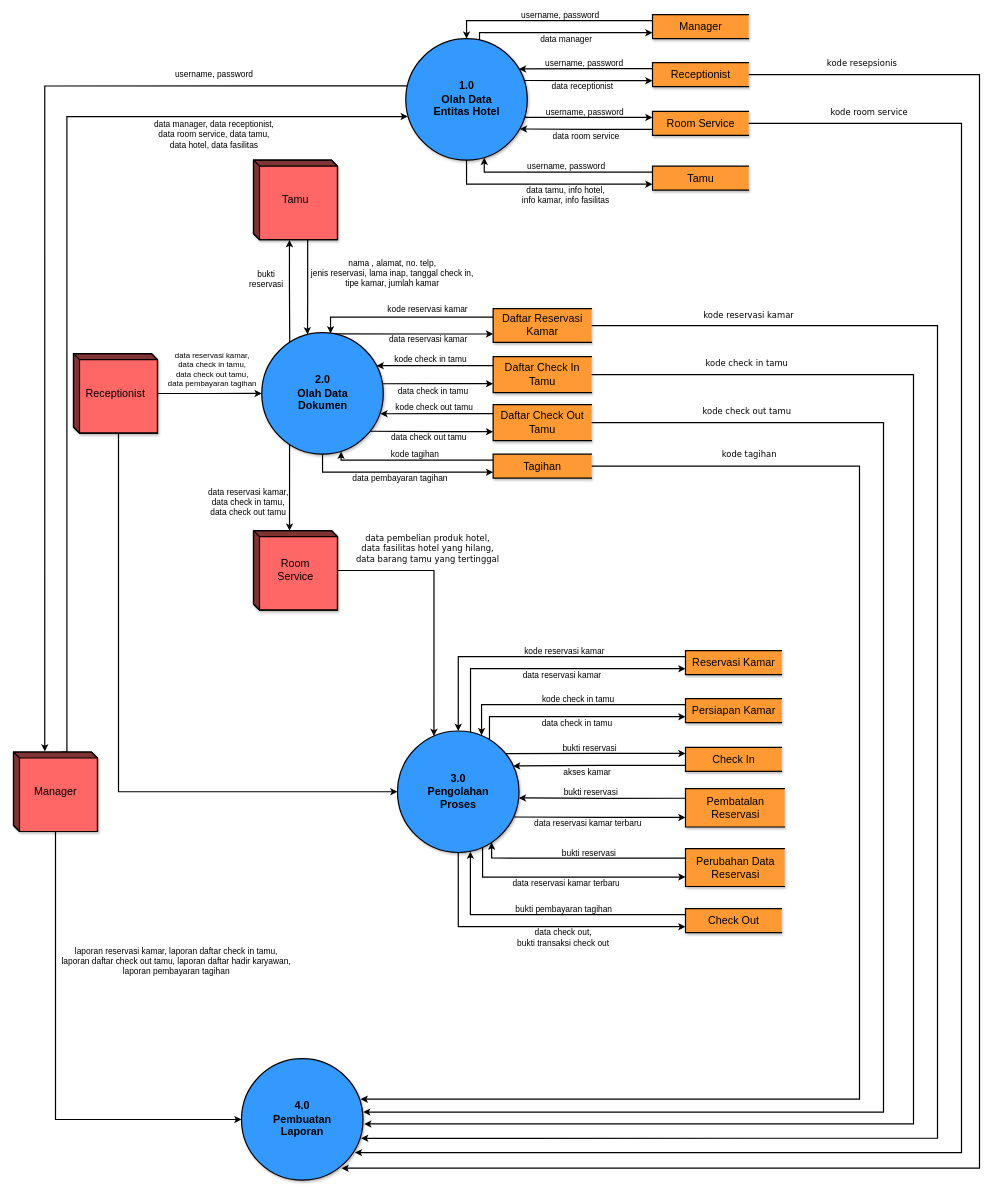
This is page "DFD LVL 1" (3 of 3) of Sistem Pemesanan Kamar Hotel - Data Flow Diagram.drawio from trueazp/System-Design-Analysis, a draw.io file, before an edit. Source tidied: cells renumbered, new cells numbered last; positions are measured from the earlier drawing's top-left corner, leaving out a move shared by most shapes. Both pictures are drawn from the tidied source at 60%, with x=0, y=0 at pixel (13, 14).
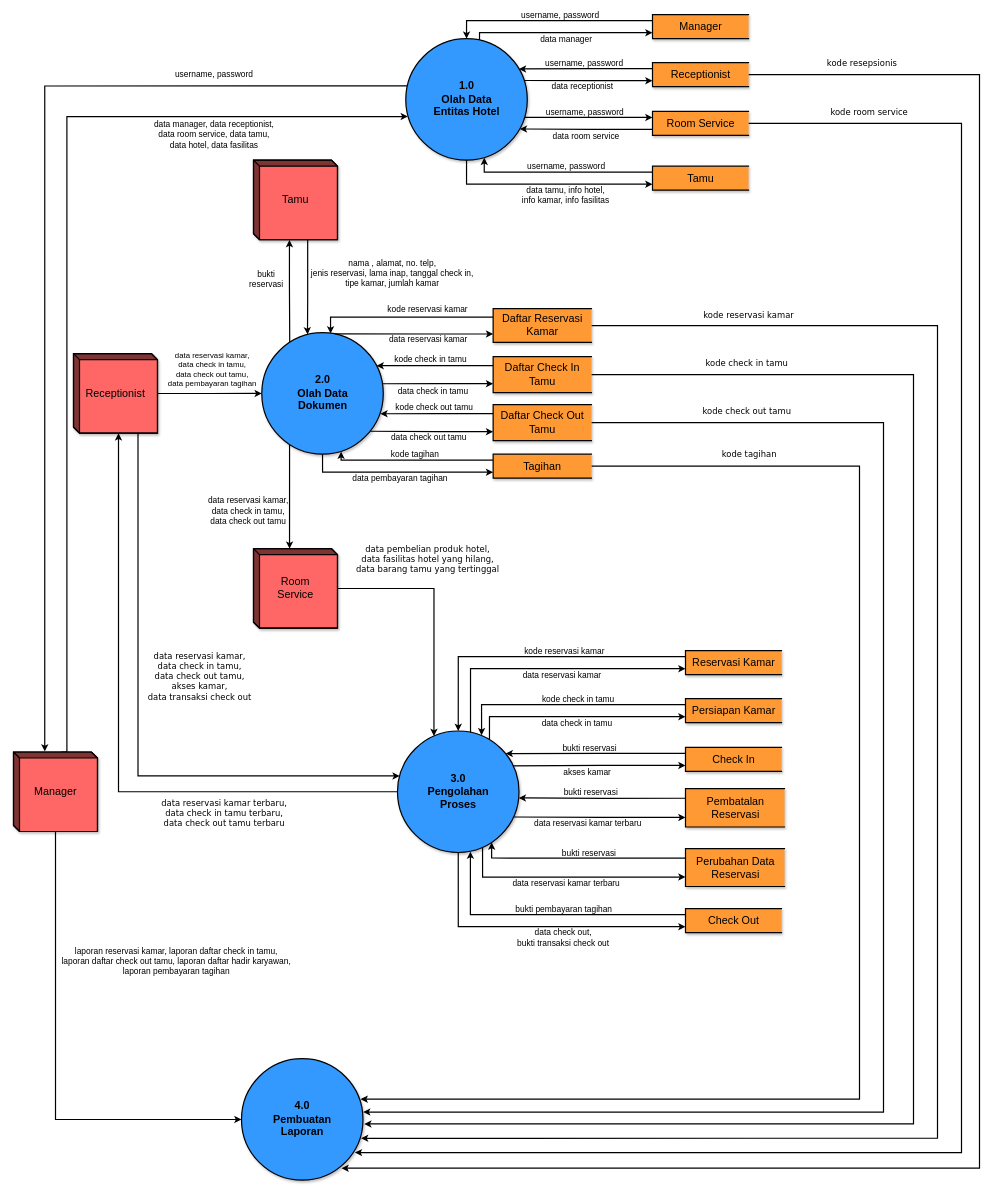
After the change.

The change refers to these unchanged cells:
```xml
<mxCell id="71" value="Receptionist" style="html=1;dashed=0;whitespace=wrap;shape=mxgraph.dfd.externalEntity;shadow=1;labelBackgroundColor=none;fontFamily=Helvetica;fontSize=18;strokeWidth=2;fillColor=#FF6666;align=center;whiteSpace=wrap;" parent="1" vertex="1">
  <mxGeometry x="100" y="565" width="140" height="132.5" as="geometry" />
</mxCell>
<mxCell id="74" style="edgeStyle=orthogonalEdgeStyle;rounded=0;jettySize=auto;html=1;entryX=0.3;entryY=0.042;entryDx=0;entryDy=0;entryPerimeter=0;fontFamily=Verdana;fontSize=11;startArrow=none;startFill=0;endArrow=classic;endFill=1;strokeWidth=2;" parent="1" edge="1" source="76" target="78">
  <mxGeometry relative="1" as="geometry" />
</mxCell>
<mxCell id="78" value="3.0&lt;br style=&quot;font-size: 18px&quot;&gt;Pengolahan &lt;br&gt;Proses" style="shape=ellipse;html=1;dashed=0;whitespace=wrap;perimeter=ellipsePerimeter;shadow=1;labelBackgroundColor=none;fontFamily=Helvetica;fontSize=18;strokeWidth=2;fillColor=#3399FF;align=center;fontStyle=1;" parent="1" vertex="1">
  <mxGeometry x="640" y="1193.8" width="202.5" height="202.5" as="geometry" />
</mxCell>
<mxCell id="93" value="Check In" style="html=1;dashed=0;whitespace=wrap;shape=partialRectangle;right=0;shadow=1;labelBackgroundColor=none;fontFamily=Helvetica;fontSize=18;strokeWidth=2;fillColor=#FF9933;align=center;" parent="1" vertex="1">
  <mxGeometry x="1120" y="1221.2" width="160" height="40" as="geometry" />
</mxCell>
```

Diff of the diagram source:
```diff
@@
-    <mxCell id="70" style="edgeStyle=orthogonalEdgeStyle;rounded=0;jettySize=auto;html=1;entryX=0;entryY=0.5;entryDx=0;entryDy=0;fontFamily=Verdana;fontSize=13;startArrow=none;startFill=0;endArrow=classic;endFill=1;strokeWidth=2;exitX=0;exitY=0;exitDx=75;exitDy=132.5;exitPerimeter=0;" parent="1" edge="1" source="71" target="78">
+    <mxCell id="70" style="edgeStyle=orthogonalEdgeStyle;rounded=0;jettySize=auto;html=1;entryX=0;entryY=0.5;entryDx=0;entryDy=0;fontFamily=Verdana;fontSize=13;startArrow=classic;startFill=1;endArrow=none;endFill=0;strokeWidth=2;exitX=0;exitY=0;exitDx=75;exitDy=132.5;exitPerimeter=0;" parent="1" edge="1" source="71" target="78">
       <mxGeometry relative="1" as="geometry" />
     </mxCell>
+    <mxCell id="109" value="data reservasi kamar terbaru, &lt;br style=&quot;font-size: 13px&quot;&gt;data check in tamu terbaru, &lt;br style=&quot;font-size: 13px&quot;&gt;data check out tamu terbaru" style="edgeLabel;html=1;align=center;verticalAlign=middle;fontSize=14;fontFamily=Verdana;labelBackgroundColor=none;" parent="70" vertex="1">
+      <mxGeometry x="0.38" y="1" relative="1" as="geometry">
+        <mxPoint x="40" y="36" as="offset" />
+      </mxGeometry>
+    </mxCell>
+    <mxCell id="110" style="edgeStyle=orthogonalEdgeStyle;rounded=0;jettySize=auto;html=1;exitX=0;exitY=0;exitDx=107.5;exitDy=132.5;exitPerimeter=0;entryX=0.018;entryY=0.37;entryDx=0;entryDy=0;entryPerimeter=0;fontFamily=Verdana;fontSize=14;startArrow=none;startFill=0;endArrow=classic;endFill=1;strokeWidth=2;" parent="1" edge="1" source="71" target="78">
+      <mxGeometry relative="1" as="geometry">
+        <Array as="points">
+          <mxPoint x="208" y="1269" />
+        </Array>
+      </mxGeometry>
+    </mxCell>
+    <mxCell id="111" value="data reservasi kamar, &lt;br style=&quot;font-size: 13px&quot;&gt;data check in tamu, &lt;br style=&quot;font-size: 13px&quot;&gt;data check out tamu, &lt;br style=&quot;font-size: 13px&quot;&gt;akses kamar, &lt;br&gt;data transaksi check out" style="edgeLabel;html=1;align=center;verticalAlign=middle;fontSize=14;fontFamily=Verdana;labelBackgroundColor=none;" parent="110" vertex="1">
+      <mxGeometry x="-0.29" y="1" relative="1" as="geometry">
+        <mxPoint x="101" y="47" as="offset" />
+      </mxGeometry>
+    </mxCell>
@@
-    <mxCell id="75" value="data pembelian produk hotel, &lt;br style=&quot;font-size: 14px;&quot;&gt;data fasilitas hotel yang hilang, &lt;br style=&quot;font-size: 14px;&quot;&gt;data barang tamu yang tertinggal" style="edgeLabel;html=1;align=center;verticalAlign=middle;fontSize=14;fontFamily=Verdana;" parent="74" vertex="1">
+    <mxCell id="75" value="data pembelian produk hotel, &lt;br style=&quot;font-size: 14px;&quot;&gt;data fasilitas hotel yang hilang, &lt;br style=&quot;font-size: 14px;&quot;&gt;data barang tamu yang tertinggal" style="edgeLabel;html=1;align=center;verticalAlign=middle;fontSize=14;fontFamily=Verdana;labelBackgroundColor=none;" parent="74" vertex="1">
       <mxGeometry x="-0.21" y="-3" relative="1" as="geometry">
         <mxPoint x="-8" y="-49" as="offset" />
       </mxGeometry>
     </mxCell>
     <mxCell id="76" value="Room &lt;br style=&quot;font-size: 18px;&quot;&gt;Service" style="html=1;dashed=0;whitespace=wrap;shape=mxgraph.dfd.externalEntity;shadow=1;labelBackgroundColor=none;fontFamily=Helvetica;fontSize=18;strokeWidth=2;fillColor=#FF6666;align=center;whiteSpace=wrap;" parent="1" vertex="1">
-      <mxGeometry x="400" y="860" width="140" height="132.5" as="geometry" />
+      <mxGeometry x="400" y="890" width="140" height="132.5" as="geometry" />
     </mxCell>
@@
-    <mxCell id="89" style="edgeStyle=orthogonalEdgeStyle;rounded=0;jettySize=auto;html=1;exitX=0;exitY=0.25;exitDx=0;exitDy=0;fontFamily=Helvetica;fontSize=18;startArrow=classic;startFill=1;endArrow=none;endFill=0;strokeWidth=2;entryX=0.89;entryY=0.186;entryDx=0;entryDy=0;entryPerimeter=0;" parent="1" edge="1" source="93" target="78">
+    <mxCell id="89" style="edgeStyle=orthogonalEdgeStyle;rounded=0;jettySize=auto;html=1;exitX=0;exitY=0.25;exitDx=0;exitDy=0;fontFamily=Helvetica;fontSize=18;startArrow=none;startFill=0;endArrow=classic;endFill=1;strokeWidth=2;entryX=0.89;entryY=0.186;entryDx=0;entryDy=0;entryPerimeter=0;" parent="1" edge="1" source="93" target="78">
       <mxGeometry relative="1" as="geometry" />
     </mxCell>
@@
-    <mxCell id="91" style="edgeStyle=orthogonalEdgeStyle;rounded=0;jettySize=auto;html=1;exitX=0;exitY=0.75;exitDx=0;exitDy=0;entryX=0.951;entryY=0.288;entryDx=0;entryDy=0;entryPerimeter=0;fontFamily=Helvetica;fontSize=18;startArrow=none;startFill=0;endArrow=classic;endFill=1;strokeWidth=2;" parent="1" edge="1" source="93" target="78">
+    <mxCell id="91" style="edgeStyle=orthogonalEdgeStyle;rounded=0;jettySize=auto;html=1;exitX=0;exitY=0.75;exitDx=0;exitDy=0;entryX=0.951;entryY=0.288;entryDx=0;entryDy=0;entryPerimeter=0;fontFamily=Helvetica;fontSize=18;startArrow=classic;startFill=1;endArrow=none;endFill=0;strokeWidth=2;" parent="1" edge="1" source="93" target="78">
       <mxGeometry relative="1" as="geometry" />
     </mxCell>
```
